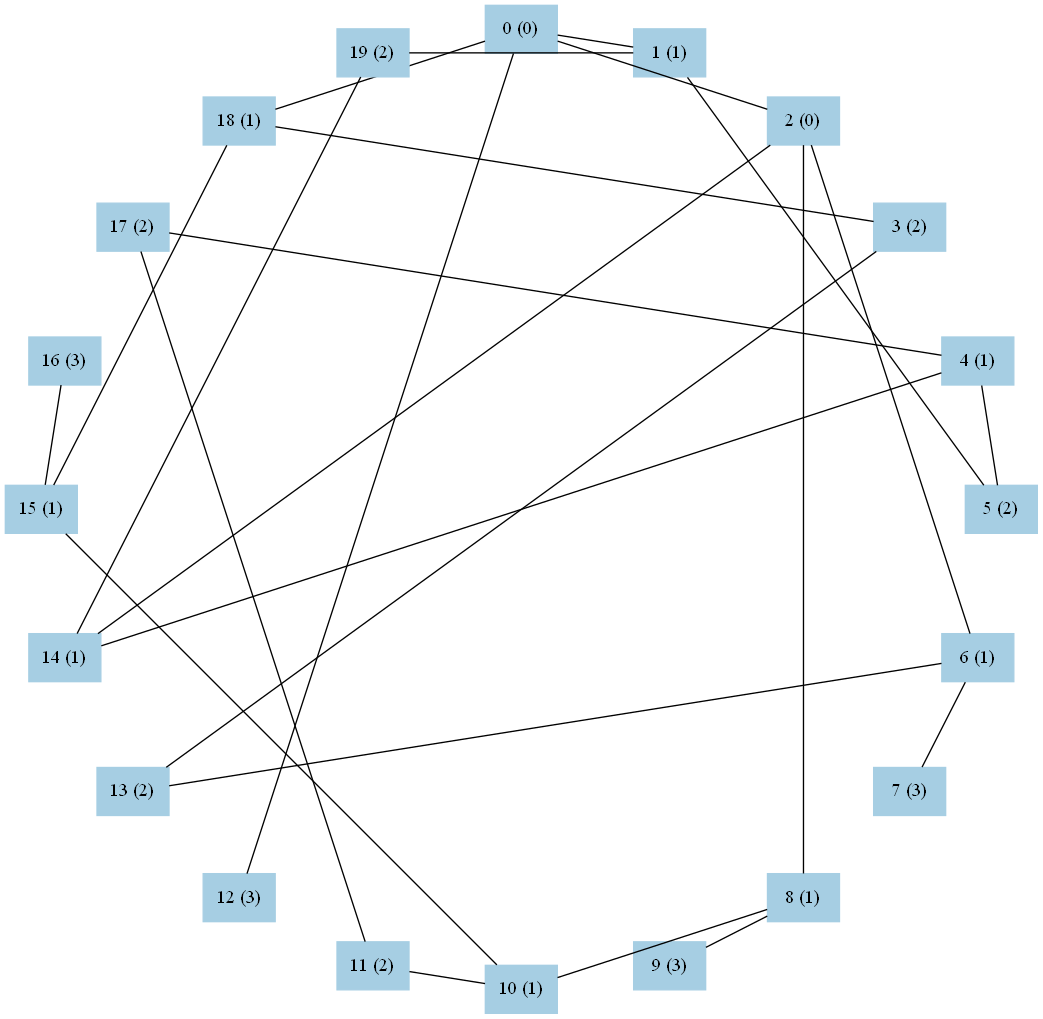
Above: graph1.png in kohinigeee/kenkyuu (Graphviz), before the change. Its source is kept beside it as graph1.dot.
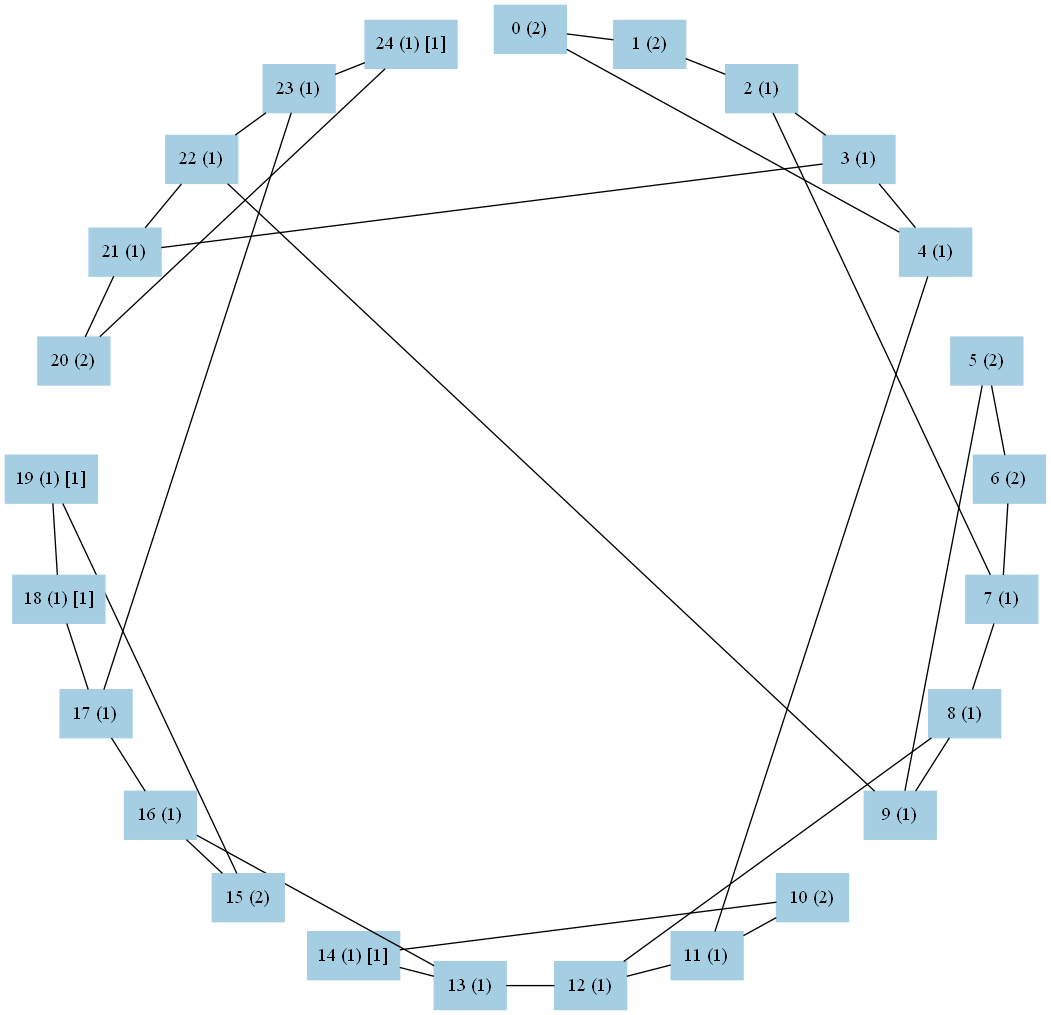
After the commit.

Diff of the diagram source:
```diff
@@ -12,108 +12,136 @@
 	node[ color=1 ]
 	0[
 		pos="5.000, 5.000!",
-		label="0 (0)"
+		label="0 (2)"
 	]
 	1[
-		pos="6.545, 4.755!",
-		label="1 (1)"
+		pos="6.243, 4.843!",
+		label="1 (2)"
 	]
 	2[
-		pos="7.939, 4.045!",
-		label="2 (0)"
+		pos="7.409, 4.382!",
+		label="2 (1)"
 	]
 	3[
-		pos="9.045, 2.939!",
-		label="3 (2)"
+		pos="8.423, 3.645!",
+		label="3 (1)"
 	]
 	4[
-		pos="9.755, 1.545!",
+		pos="9.222, 2.679!",
 		label="4 (1)"
 	]
 	5[
-		pos="10.000, 0.000!",
+		pos="9.755, 1.545!",
 		label="5 (2)"
 	]
 	6[
-		pos="9.755, -1.545!",
-		label="6 (1)"
+		pos="9.990, 0.314!",
+		label="6 (2)"
 	]
 	7[
-		pos="9.045, -2.939!",
-		label="7 (3)"
+		pos="9.911, -0.937!",
+		label="7 (1)"
 	]
 	8[
-		pos="7.939, -4.045!",
+		pos="9.524, -2.129!",
 		label="8 (1)"
 	]
 	9[
-		pos="6.545, -4.755!",
-		label="9 (3)"
+		pos="8.853, -3.187!",
+		label="9 (1)"
 	]
 	10[
-		pos="5.000, -5.000!",
-		label="10 (1)"
+		pos="7.939, -4.045!",
+		label="10 (2)"
 	]
 	11[
-		pos="3.455, -4.755!",
-		label="11 (2)"
+		pos="6.841, -4.649!",
+		label="11 (1)"
 	]
 	12[
-		pos="2.061, -4.045!",
-		label="12 (3)"
+		pos="5.627, -4.961!",
+		label="12 (1)"
 	]
 	13[
-		pos="0.955, -2.939!",
-		label="13 (2)"
+		pos="4.373, -4.961!",
+		label="13 (1)"
 	]
 	14[
-		pos="0.245, -1.545!",
-		label="14 (1)"
+		pos="3.159, -4.649!",
+		label="14 (1) [1]"
 	]
 	15[
-		pos="0.000, 0.000!",
-		label="15 (1)"
+		pos="2.061, -4.045!",
+		label="15 (2)"
 	]
 	16[
-		pos="0.245, 1.545!",
-		label="16 (3)"
+		pos="1.147, -3.187!",
+		label="16 (1)"
 	]
 	17[
-		pos="0.955, 2.939!",
-		label="17 (2)"
+		pos="0.476, -2.129!",
+		label="17 (1)"
 	]
 	18[
-		pos="2.061, 4.045!",
-		label="18 (1)"
+		pos="0.089, -0.937!",
+		label="18 (1) [1]"
 	]
 	19[
-		pos="3.455, 4.755!",
-		label="19 (2)"
+		pos="0.010, 0.314!",
+		label="19 (1) [1]"
+	]
+	20[
+		pos="0.245, 1.545!",
+		label="20 (2)"
+	]
+	21[
+		pos="0.778, 2.679!",
+		label="21 (1)"
+	]
+	22[
+		pos="1.577, 3.645!",
+		label="22 (1)"
+	]
+	23[
+		pos="2.591, 4.382!",
+		label="23 (1)"
+	]
+	24[
+		pos="3.757, 4.843!",
+		label="24 (1) [1]"
 	]
 	}
 
-	0--12
+	0--4
 	0--1
-	0--18
-	0--2
-	1--19
-	1--5
-	2--14
-	2--6
-	2--8
-	3--18
-	3--13
-	4--17
-	4--14
-	4--5
-	6--13
+	1--2
+	2--3
+	2--7
+	3--4
+	3--21
+	4--11
+	5--9
+	5--6
 	6--7
-	8--10
+	7--8
 	8--9
-	10--15
+	8--12
+	9--22
+	10--14
 	10--11
-	11--17
-	14--19
-	15--18
+	11--12
+	12--13
+	13--14
+	13--16
+	15--19
 	15--16
+	16--17
+	17--18
+	17--23
+	18--19
+	20--24
+	20--21
+	21--22
+	22--23
+	23--24
 }
```
